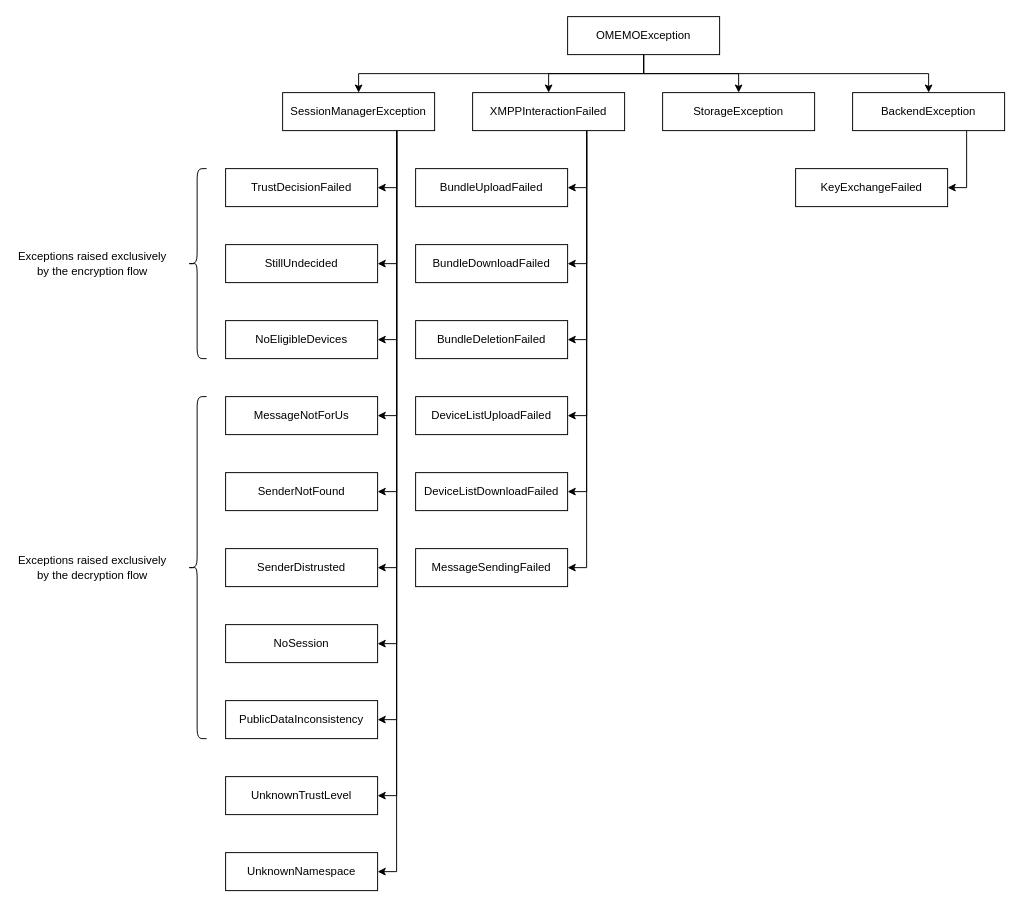
Above: Exceptions.drawio in Syndace/python-omemo (draw.io), before the change. Source tidied: cells renumbered, new cells numbered last; positions are measured from the earlier drawing's top-left corner, leaving out a move shared by most shapes. Both pictures are drawn from the tidied source at 95%, with x=0, y=0 at pixel (16, 16).
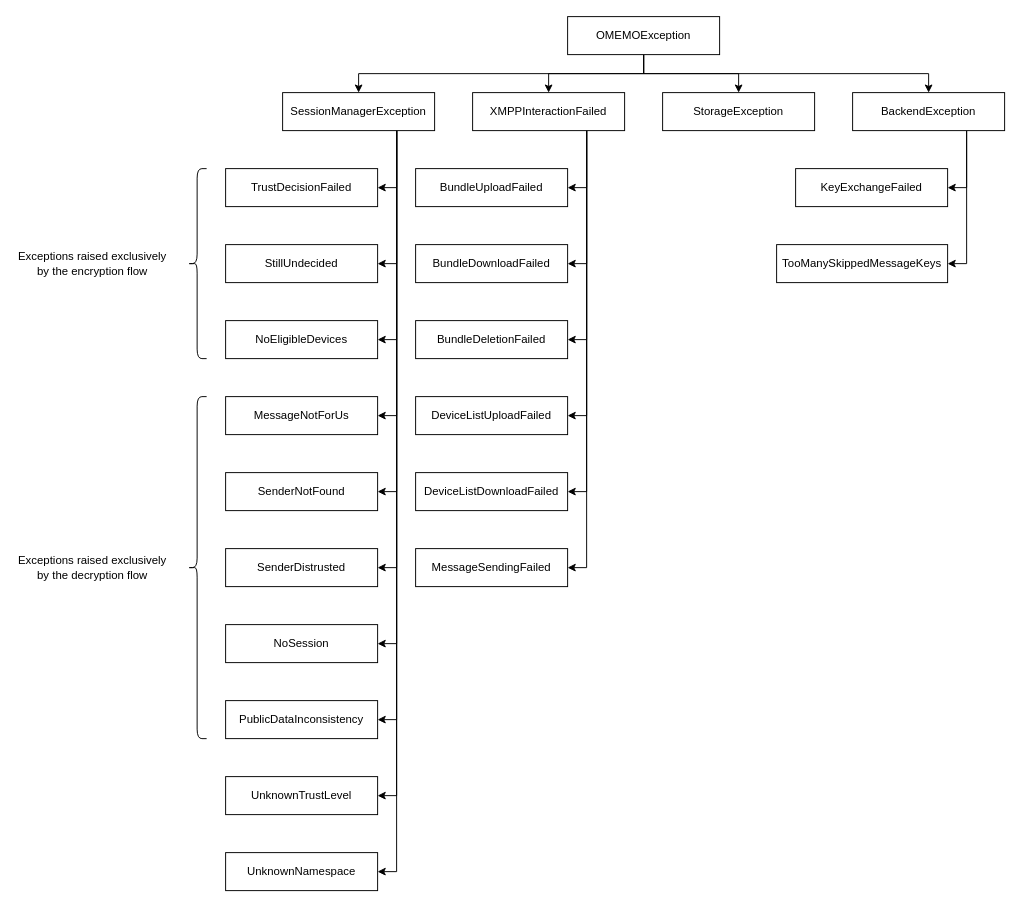
The same diagram, later.

The change refers to these unchanged cells:
```xml
<mxCell id="27" value="BackendException" style="rounded=0;whiteSpace=wrap;html=1;" parent="1" vertex="1">
  <mxGeometry x="880" y="80" width="160" height="40" as="geometry" />
</mxCell>
```

Diff of the diagram source:
```diff
@@
+    <mxCell id="49" style="edgeStyle=orthogonalEdgeStyle;rounded=0;jettySize=auto;html=1;exitX=0.75;exitY=1;exitDx=0;exitDy=0;entryX=1;entryY=0.5;entryDx=0;entryDy=0;" parent="1" edge="1" source="27" target="50">
+      <mxGeometry relative="1" as="geometry" />
+    </mxCell>
@@
+    <mxCell id="50" value="TooManySkippedMessageKeys" style="rounded=0;whiteSpace=wrap;html=1;" parent="1" vertex="1">
+      <mxGeometry x="800" y="240" width="180" height="40" as="geometry" />
+    </mxCell>
```
